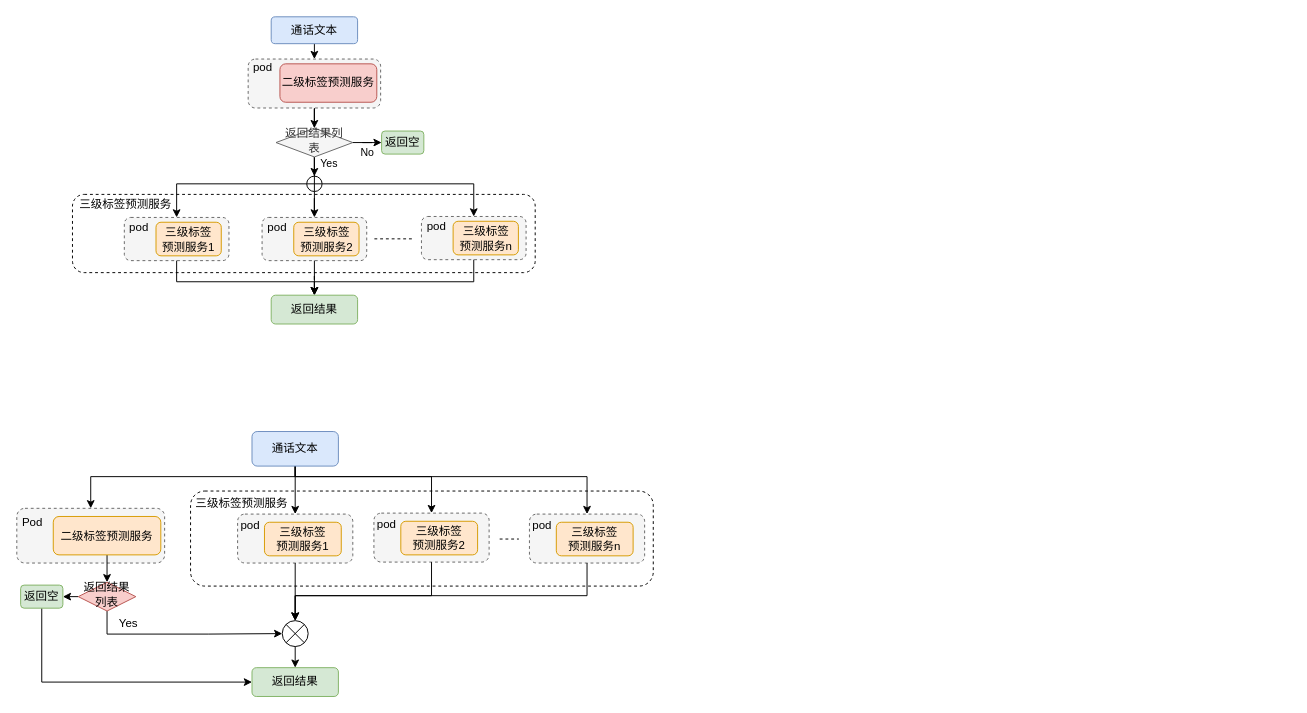
MMMLMF/notes keeps this draw.io diagram as nlp/KYC.drawio. Above is the earlier version. Source tidied: cells renumbered, new cells numbered last; positions are measured from the earlier drawing's top-left corner, leaving out a move shared by most shapes. Both pictures are drawn from the tidied source at 96%, with x=0, y=0 at pixel (16, 16).
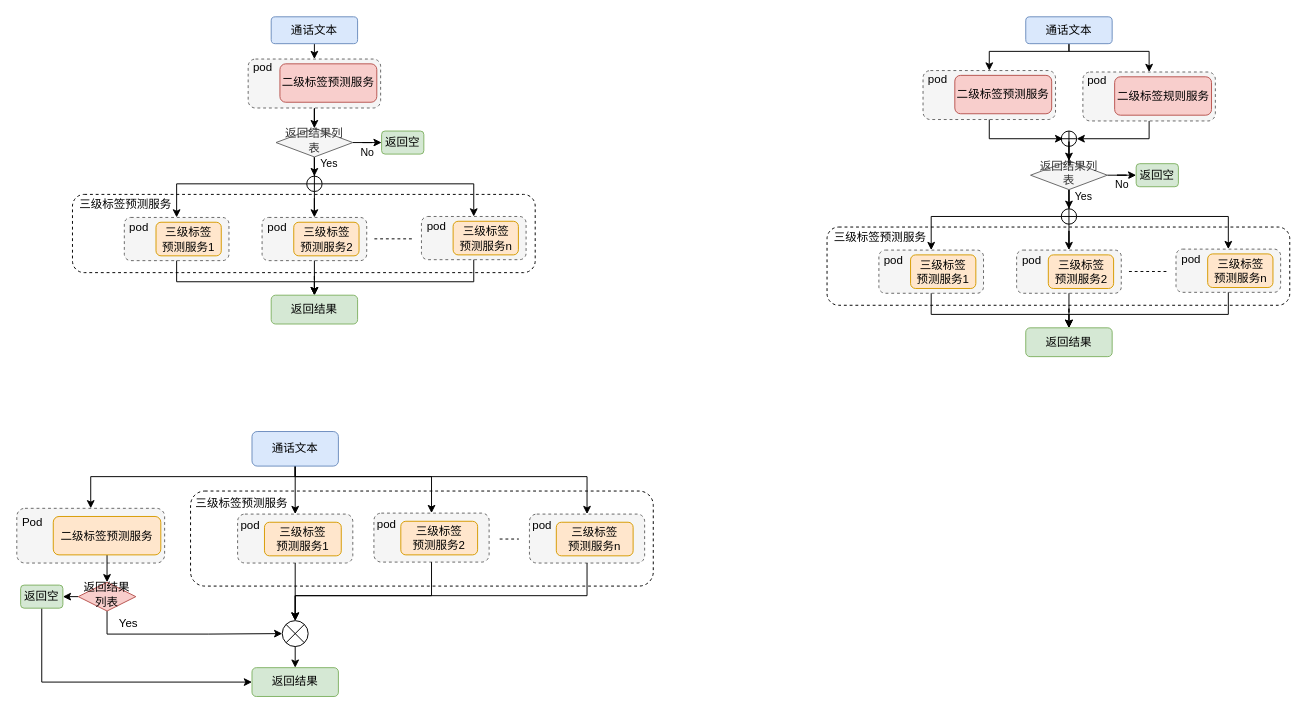
The same diagram, later.

Diff of the diagram source:
```diff
@@
+    <mxCell id="77" style="rounded=1;whiteSpace=wrap;html=1;dashed=1;" parent="1" vertex="1">
+      <mxGeometry x="844" y="219" width="482" height="81.5" as="geometry" />
+    </mxCell>
+    <mxCell id="78" style="edgeStyle=orthogonalEdgeStyle;rounded=0;jettySize=auto;html=1;entryX=0.5;entryY=0;entryDx=0;entryDy=0;" parent="1" edge="1" source="80" target="91">
+      <mxGeometry relative="1" as="geometry">
+        <Array as="points">
+          <mxPoint x="1096" y="36" />
+          <mxPoint x="1013" y="36" />
+        </Array>
+      </mxGeometry>
+    </mxCell>
+    <mxCell id="79" style="edgeStyle=orthogonalEdgeStyle;rounded=0;jettySize=auto;html=1;entryX=0.5;entryY=0;entryDx=0;entryDy=0;" parent="1" edge="1" source="80" target="114">
+      <mxGeometry relative="1" as="geometry">
+        <Array as="points">
+          <mxPoint x="1096" y="36" />
+          <mxPoint x="1180" y="36" />
+        </Array>
+      </mxGeometry>
+    </mxCell>
+    <mxCell id="80" value="通话文本" style="rounded=1;whiteSpace=wrap;html=1;fontSize=12;glass=0;strokeWidth=1;shadow=0;fillColor=#dae8fc;strokeColor=#6c8ebf;" parent="1" vertex="1">
+      <mxGeometry x="1051" width="90" height="28" as="geometry" />
+    </mxCell>
+    <mxCell id="81" style="edgeStyle=orthogonalEdgeStyle;rounded=0;jettySize=auto;html=1;entryX=0.5;entryY=0;entryDx=0;entryDy=0;" parent="1" edge="1" source="84" target="110">
+      <mxGeometry relative="1" as="geometry" />
+    </mxCell>
+    <mxCell id="82" value="Yes" style="edgeLabel;html=1;align=center;verticalAlign=middle;" parent="81" vertex="1">
+      <mxGeometry x="0.52" y="2" relative="1" as="geometry">
+        <mxPoint x="12" as="offset" />
+      </mxGeometry>
+    </mxCell>
+    <mxCell id="83" style="edgeStyle=orthogonalEdgeStyle;rounded=0;jettySize=auto;html=1;strokeWidth=1;" parent="1" edge="1" source="84" target="85">
+      <mxGeometry relative="1" as="geometry" />
+    </mxCell>
+    <mxCell id="84" value="返回结果列表" style="rhombus;whiteSpace=wrap;html=1;shadow=0;fontFamily=Helvetica;fontSize=12;align=center;strokeWidth=1;spacing=6;spacingTop=-4;fillColor=#f5f5f5;strokeColor=#666666;fontColor=#333333;" parent="1" vertex="1">
+      <mxGeometry x="1056" y="150" width="80" height="30" as="geometry" />
+    </mxCell>
+    <mxCell id="85" value="返回空" style="rounded=1;whiteSpace=wrap;html=1;fontSize=12;glass=0;strokeWidth=1;shadow=0;fillColor=#d5e8d4;strokeColor=#82b366;" parent="1" vertex="1">
+      <mxGeometry x="1166" y="153" width="44" height="24" as="geometry" />
+    </mxCell>
+    <mxCell id="86" value="&lt;span&gt;三级标签预测服务&lt;/span&gt;" style="text;html=1;align=center;verticalAlign=middle;strokeColor=none;" parent="1" vertex="1">
+      <mxGeometry x="844" y="220" width="110" height="20" as="geometry" />
+    </mxCell>
+    <mxCell id="87" style="endArrow=none;dashed=1;html=1;strokeWidth=1;" parent="1" edge="1">
+      <mxGeometry relative="1" as="geometry">
+        <mxPoint x="1158.5" y="265.3" as="sourcePoint" />
+        <mxPoint x="1197.5" y="265.3" as="targetPoint" />
+      </mxGeometry>
+    </mxCell>
+    <mxCell id="88" value="返回结果" style="rounded=1;whiteSpace=wrap;html=1;fontSize=12;glass=0;strokeWidth=1;shadow=0;fillColor=#d5e8d4;strokeColor=#82b366;" parent="1" vertex="1">
+      <mxGeometry x="1051" y="324" width="90" height="30" as="geometry" />
+    </mxCell>
+    <mxCell id="89" value="No" style="edgeLabel;html=1;align=center;verticalAlign=middle;" parent="1" vertex="1">
+      <mxGeometry x="1126" y="209.8" as="geometry">
+        <mxPoint x="24" y="-35" as="offset" />
+      </mxGeometry>
+    </mxCell>
+    <mxCell id="90" style="group;" parent="1" vertex="1">
+      <mxGeometry x="938" y="53" width="150" height="60" as="geometry" />
+    </mxCell>
+    <mxCell id="91" style="rounded=1;whiteSpace=wrap;html=1;dashed=1;fillColor=#f5f5f5;strokeColor=#666666;fontColor=#333333;" parent="90" vertex="1">
+      <mxGeometry x="6" y="3" width="138" height="51" as="geometry" />
+    </mxCell>
+    <mxCell id="92" value="二级标签预测服务" style="rounded=1;whiteSpace=wrap;html=1;fillColor=#f8cecc;strokeColor=#b85450;" parent="90" vertex="1">
+      <mxGeometry x="39.1" y="8" width="100.9" height="40" as="geometry" />
+    </mxCell>
+    <mxCell id="93" value="pod" style="text;html=1;align=center;verticalAlign=middle;strokeColor=none;" parent="90" vertex="1">
+      <mxGeometry x="5.5" y="3" width="30" height="18" as="geometry" />
+    </mxCell>
+    <mxCell id="94" style="group;" parent="1" vertex="1">
+      <mxGeometry x="898" y="243" width="109" height="45" as="geometry" />
+    </mxCell>
+    <mxCell id="95" style="rounded=1;whiteSpace=wrap;html=1;dashed=1;fillColor=#f5f5f5;strokeColor=#666666;fontColor=#333333;" parent="94" vertex="1">
+      <mxGeometry width="109" height="45" as="geometry" />
+    </mxCell>
+    <mxCell id="96" value="三级标签&lt;br&gt;预测服务1" style="rounded=1;whiteSpace=wrap;html=1;fillColor=#ffe6cc;strokeColor=#d79b00;" parent="94" vertex="1">
+      <mxGeometry x="33" y="5" width="68" height="35" as="geometry" />
+    </mxCell>
+    <mxCell id="97" value="pod" style="text;html=1;align=center;verticalAlign=middle;strokeColor=none;" parent="94" vertex="1">
+      <mxGeometry y="2" width="30" height="18" as="geometry" />
+    </mxCell>
+    <mxCell id="98" style="group;" parent="1" vertex="1">
+      <mxGeometry x="1041.5" y="243" width="109" height="45" as="geometry" />
+    </mxCell>
+    <mxCell id="99" style="rounded=1;whiteSpace=wrap;html=1;dashed=1;fillColor=#f5f5f5;strokeColor=#666666;fontColor=#333333;" parent="98" vertex="1">
+      <mxGeometry width="109" height="45" as="geometry" />
+    </mxCell>
+    <mxCell id="100" value="三级标签&lt;br&gt;预测服务2" style="rounded=1;whiteSpace=wrap;html=1;fillColor=#ffe6cc;strokeColor=#d79b00;" parent="98" vertex="1">
+      <mxGeometry x="33" y="5" width="68" height="35" as="geometry" />
+    </mxCell>
+    <mxCell id="101" value="pod" style="text;html=1;align=center;verticalAlign=middle;strokeColor=none;" parent="98" vertex="1">
+      <mxGeometry y="2" width="30" height="18" as="geometry" />
+    </mxCell>
+    <mxCell id="102" style="group;" parent="1" vertex="1">
+      <mxGeometry x="1207.5" y="242" width="109" height="45" as="geometry" />
+    </mxCell>
+    <mxCell id="103" style="rounded=1;whiteSpace=wrap;html=1;dashed=1;fillColor=#f5f5f5;strokeColor=#666666;fontColor=#333333;" parent="102" vertex="1">
+      <mxGeometry width="109" height="45" as="geometry" />
+    </mxCell>
+    <mxCell id="104" value="三级标签&lt;br&gt;预测服务n" style="rounded=1;whiteSpace=wrap;html=1;fillColor=#ffe6cc;strokeColor=#d79b00;" parent="102" vertex="1">
+      <mxGeometry x="33" y="5" width="68" height="35" as="geometry" />
+    </mxCell>
+    <mxCell id="105" value="pod" style="text;html=1;align=center;verticalAlign=middle;strokeColor=none;" parent="102" vertex="1">
+      <mxGeometry y="2" width="30" height="18" as="geometry" />
+    </mxCell>
+    <mxCell id="106" style="edgeStyle=orthogonalEdgeStyle;rounded=0;jettySize=auto;html=1;strokeWidth=1;" parent="1" edge="1" source="103" target="88">
+      <mxGeometry relative="1" as="geometry">
+        <Array as="points">
+          <mxPoint x="1262" y="310" />
+          <mxPoint x="1096" y="310" />
+        </Array>
+      </mxGeometry>
+    </mxCell>
+    <mxCell id="107" style="edgeStyle=orthogonalEdgeStyle;rounded=0;jettySize=auto;html=1;entryX=0.5;entryY=0;entryDx=0;entryDy=0;strokeWidth=1;" parent="1" edge="1" source="110" target="99">
+      <mxGeometry relative="1" as="geometry" />
+    </mxCell>
+    <mxCell id="108" style="edgeStyle=orthogonalEdgeStyle;rounded=0;jettySize=auto;html=1;exitX=1;exitY=0.5;exitDx=0;exitDy=0;entryX=0.5;entryY=0;entryDx=0;entryDy=0;strokeWidth=1;" parent="1" edge="1" source="110" target="103">
+      <mxGeometry relative="1" as="geometry" />
+    </mxCell>
+    <mxCell id="109" style="edgeStyle=orthogonalEdgeStyle;rounded=0;jettySize=auto;html=1;entryX=0.5;entryY=0;entryDx=0;entryDy=0;strokeWidth=1;" parent="1" edge="1" source="110" target="95">
+      <mxGeometry relative="1" as="geometry" />
+    </mxCell>
+    <mxCell id="110" style="shape=orEllipse;perimeter=ellipsePerimeter;whiteSpace=wrap;html=1;backgroundOutline=1;fillColor=none;" parent="1" vertex="1">
+      <mxGeometry x="1088" y="200" width="16" height="16" as="geometry" />
+    </mxCell>
+    <mxCell id="111" style="edgeStyle=orthogonalEdgeStyle;rounded=0;jettySize=auto;html=1;entryX=0.5;entryY=0;entryDx=0;entryDy=0;strokeWidth=1;" parent="1" edge="1" source="99" target="88">
+      <mxGeometry relative="1" as="geometry" />
+    </mxCell>
+    <mxCell id="112" style="edgeStyle=orthogonalEdgeStyle;rounded=0;jettySize=auto;html=1;entryX=0.5;entryY=0;entryDx=0;entryDy=0;strokeWidth=1;" parent="1" edge="1" source="95" target="88">
+      <mxGeometry relative="1" as="geometry">
+        <Array as="points">
+          <mxPoint x="953" y="310" />
+          <mxPoint x="1096" y="310" />
+        </Array>
+      </mxGeometry>
+    </mxCell>
+    <mxCell id="113" style="edgeStyle=orthogonalEdgeStyle;rounded=0;jettySize=auto;html=1;entryX=1;entryY=0.5;entryDx=0;entryDy=0;" parent="1" edge="1" source="114" target="118">
+      <mxGeometry relative="1" as="geometry">
+        <Array as="points">
+          <mxPoint x="1180" y="127" />
+        </Array>
+      </mxGeometry>
+    </mxCell>
+    <mxCell id="114" style="rounded=1;whiteSpace=wrap;html=1;dashed=1;fillColor=#f5f5f5;strokeColor=#666666;fontColor=#333333;" parent="1" vertex="1">
+      <mxGeometry x="1110.5" y="57.5" width="138" height="51" as="geometry" />
+    </mxCell>
+    <mxCell id="115" value="二级标签规则服务" style="rounded=1;whiteSpace=wrap;html=1;fillColor=#f8cecc;strokeColor=#b85450;" parent="1" vertex="1">
+      <mxGeometry x="1143.6" y="62.5" width="100.9" height="40" as="geometry" />
+    </mxCell>
+    <mxCell id="116" value="pod" style="text;html=1;align=center;verticalAlign=middle;strokeColor=none;" parent="1" vertex="1">
+      <mxGeometry x="1110" y="57.5" width="30" height="18" as="geometry" />
+    </mxCell>
+    <mxCell id="117" style="edgeStyle=orthogonalEdgeStyle;rounded=0;jettySize=auto;html=1;entryX=0.5;entryY=0;entryDx=0;entryDy=0;" parent="1" edge="1" source="118" target="84">
+      <mxGeometry relative="1" as="geometry" />
+    </mxCell>
+    <mxCell id="118" style="shape=orEllipse;perimeter=ellipsePerimeter;whiteSpace=wrap;html=1;backgroundOutline=1;fillColor=none;" parent="1" vertex="1">
+      <mxGeometry x="1088" y="119" width="16" height="16" as="geometry" />
+    </mxCell>
+    <mxCell id="119" style="edgeStyle=orthogonalEdgeStyle;rounded=0;jettySize=auto;html=1;" parent="1" edge="1" source="91">
+      <mxGeometry relative="1" as="geometry">
+        <mxPoint x="1090" y="127" as="targetPoint" />
+        <Array as="points">
+          <mxPoint x="1013" y="127" />
+          <mxPoint x="1090" y="127" />
+        </Array>
+      </mxGeometry>
+    </mxCell>
```
